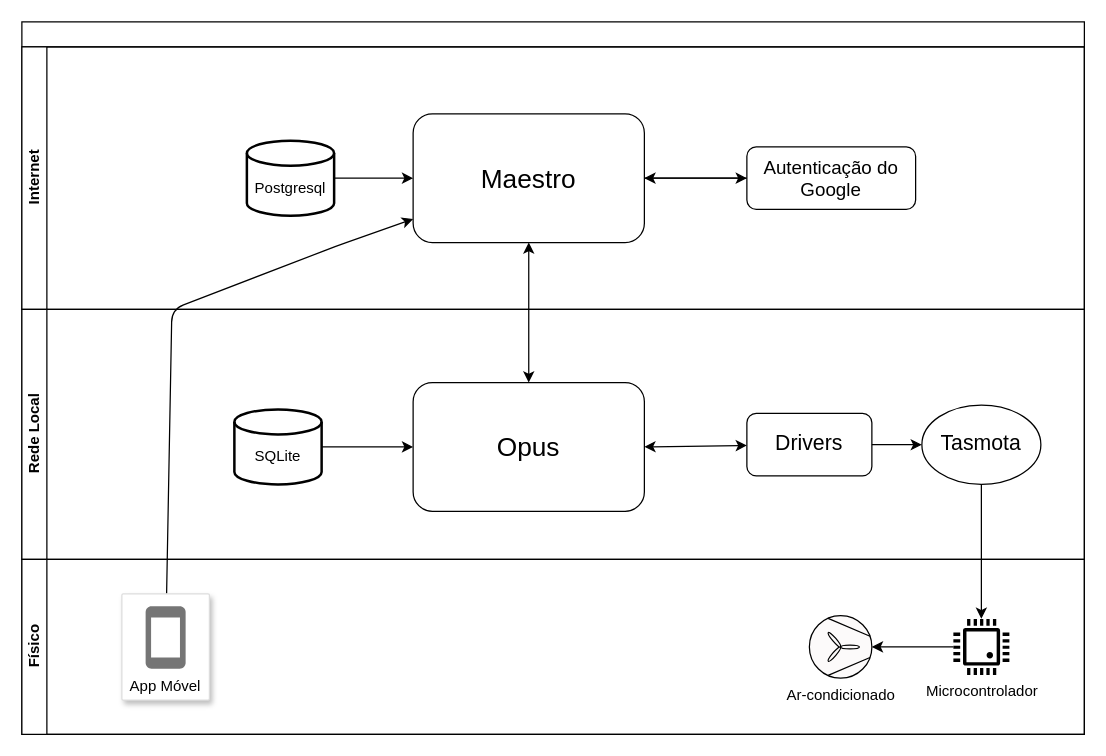
VictorAlicino/tcc_1 keeps this draw.io diagram as architecture/overall_updated.drawio. Above is the earlier version. Source tidied: cells renumbered, new cells numbered last; positions are measured from the earlier drawing's top-left corner, leaving out a move shared by most shapes. Both pictures are drawn from the tidied source at 125%, with x=0, y=0 at pixel (21, 21). Pictures stored in the file or linked from it are replaced by grey dashed boxes.
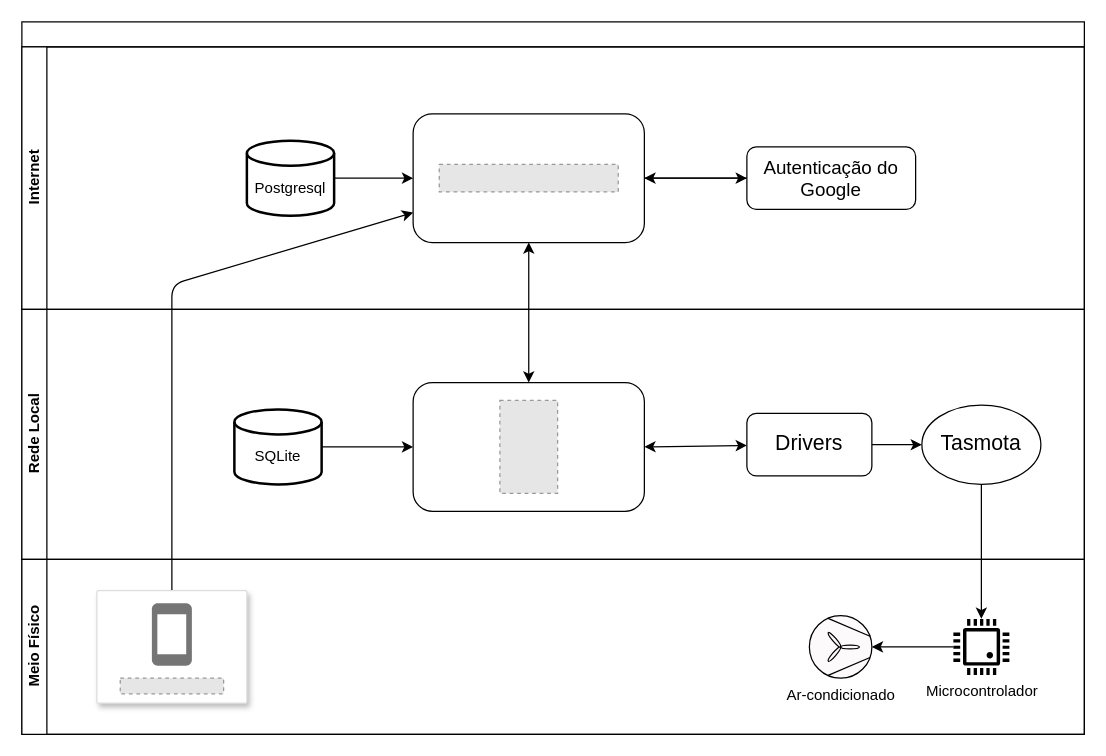
After the change.

The change refers to these unchanged cells:
```xml
<mxCell id="2" style="swimlane;horizontal=1;startSize=20;html=1;" parent="1" vertex="1">
  <mxGeometry width="850" height="570" as="geometry" />
</mxCell>
<mxCell id="3" value="Internet" style="swimlane;startSize=20;horizontal=0;html=1;" parent="2" vertex="1">
  <mxGeometry y="20" width="850" height="210" as="geometry" />
</mxCell>
<mxCell id="10" value="Rede Local" style="swimlane;startSize=20;horizontal=0;html=1;" parent="2" vertex="1">
  <mxGeometry y="230" width="850" height="200" as="geometry" />
</mxCell>
```

The edit, as a diff of the source:
```diff
@@
-    <mxCell id="5" value="Maestro" style="rounded=1;whiteSpace=wrap;html=1;fontSize=21;" parent="3" vertex="1">
+    <mxCell id="5" style="rounded=1;whiteSpace=wrap;html=1;fontSize=21;" parent="3" vertex="1">
       <mxGeometry x="313" y="53.5" width="185" height="103" as="geometry" />
     </mxCell>
@@
+    <mxCell id="27" style="fillColor=#E6E6E6;strokeColor=#999999;dashed=1;verticalLabelPosition=bottom;labelBackgroundColor=default;verticalAlign=top;" parent="3" vertex="1">
+      <mxGeometry x="333.9" y="94" width="143.2" height="22" as="geometry" />
+    </mxCell>
@@
-    <mxCell id="11" value="Opus" style="rounded=1;whiteSpace=wrap;html=1;fontSize=21;" parent="10" vertex="1">
+    <mxCell id="11" style="rounded=1;whiteSpace=wrap;html=1;fontSize=21;" parent="10" vertex="1">
       <mxGeometry x="313" y="58.5" width="185" height="103" as="geometry" />
     </mxCell>
@@
+    <mxCell id="28" style="fillColor=#E6E6E6;strokeColor=#999999;dashed=1;verticalLabelPosition=bottom;labelBackgroundColor=default;verticalAlign=top;" parent="10" vertex="1">
+      <mxGeometry x="382.4" y="72.8" width="46.2" height="74.4" as="geometry" />
+    </mxCell>
@@
-    <mxCell id="20" style="edgeStyle=none;html=1;" parent="2" edge="1" source="25" target="5">
+    <mxCell id="20" style="edgeStyle=none;html=1;exitX=0.5;exitY=0;exitDx=0;exitDy=0;" parent="2" edge="1" source="25" target="5">
       <mxGeometry relative="1" as="geometry">
         <Array as="points">
-          <mxPoint x="120" y="230" />
-          <mxPoint x="250" y="180" />
+          <mxPoint x="120" y="210" />
         </Array>
       </mxGeometry>
     </mxCell>
-    <mxCell id="21" value="Físico" style="swimlane;startSize=20;horizontal=0;html=1;" parent="2" vertex="1">
+    <mxCell id="21" value="Meio Físico" style="swimlane;startSize=20;horizontal=0;html=1;" parent="2" vertex="1">
       <mxGeometry y="430" width="850" height="140" as="geometry" />
     </mxCell>
@@
-    <mxCell id="25" value="App Móvel" style="strokeColor=#dddddd;shadow=1;strokeWidth=1;rounded=1;absoluteArcSize=1;arcSize=2;labelPosition=center;verticalLabelPosition=middle;align=center;verticalAlign=bottom;spacingLeft=0;fontColor=#000000;fontSize=12;whiteSpace=wrap;spacingBottom=2;" parent="21" vertex="1">
-      <mxGeometry x="80" y="27.5" width="70" height="85" as="geometry" />
+    <mxCell id="25" style="strokeColor=#dddddd;shadow=1;strokeWidth=1;rounded=1;absoluteArcSize=1;arcSize=2;labelPosition=center;verticalLabelPosition=middle;align=center;verticalAlign=bottom;spacingLeft=0;fontColor=#000000;fontSize=12;whiteSpace=wrap;spacingBottom=2;" parent="21" vertex="1">
+      <mxGeometry x="60" y="25" width="120" height="90" as="geometry" />
     </mxCell>
@@
+    <mxCell id="29" style="fillColor=#E6E6E6;strokeColor=#999999;dashed=1;verticalLabelPosition=bottom;labelBackgroundColor=default;verticalAlign=top;" parent="25" vertex="1">
+      <mxGeometry x="18.7" y="70" width="82.7" height="12.5" as="geometry" />
+    </mxCell>
```
